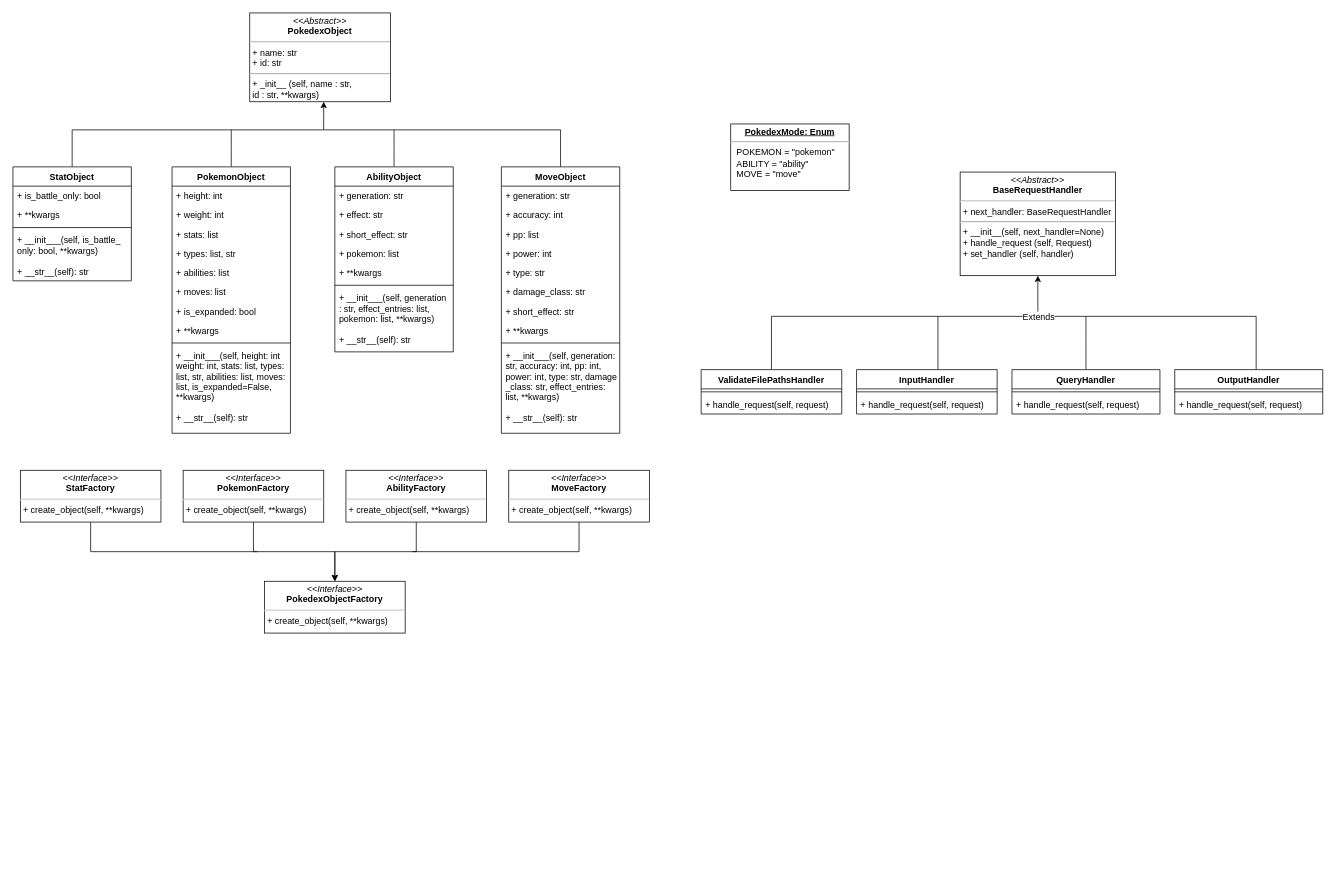
RudrakshSharma-code/Python-Pokedex keeps this draw.io diagram as Assignment3UML.drawio. Above is the earlier version. Source tidied: cells renumbered, new cells numbered last; positions are measured from the earlier drawing's top-left corner, leaving out a move shared by most shapes. Both pictures are drawn from the tidied source at 74%, with x=0, y=0 at pixel (13, 13).
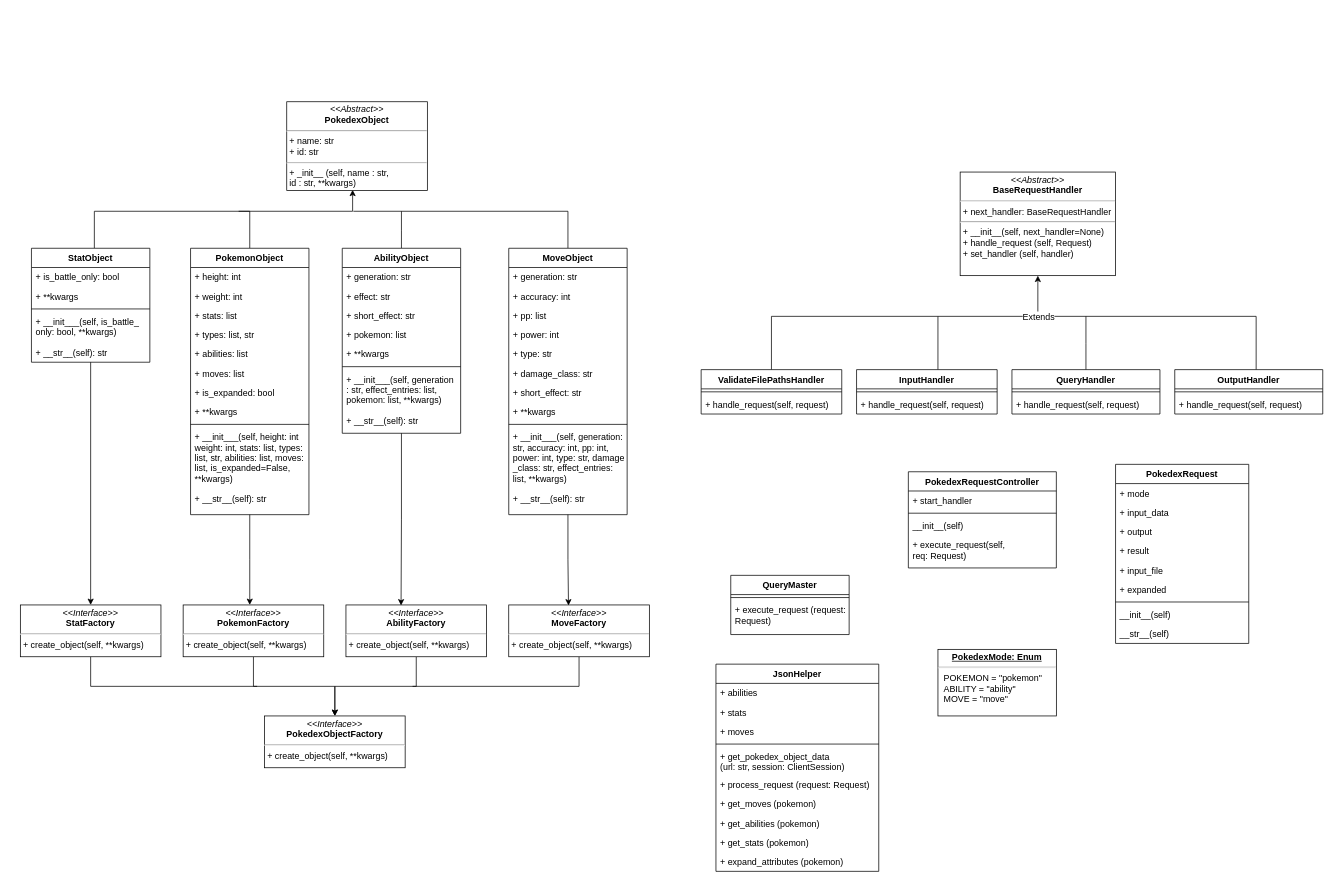
The same diagram, later.

Commit message:
str adjustments

What changed in the source:
```diff
@@
     <mxCell id="2" style="edgeStyle=orthogonalEdgeStyle;rounded=0;jettySize=auto;html=1;fontSize=12;" parent="1" edge="1" source="3" target="8">
       <mxGeometry relative="1" as="geometry">
         <Array as="points">
-          <mxPoint x="325" y="728" />
-          <mxPoint x="435" y="728" />
+          <mxPoint x="325" y="910" />
+          <mxPoint x="435" y="910" />
         </Array>
       </mxGeometry>
     </mxCell>
     <mxCell id="3" value="&lt;p style=&quot;margin: 4px 0px 0px; text-align: center; font-size: 12px;&quot;&gt;&lt;i style=&quot;font-size: 12px;&quot;&gt;&amp;lt;&amp;lt;Interface&amp;gt;&amp;gt;&lt;/i&gt;&lt;br style=&quot;font-size: 12px;&quot;&gt;&lt;b style=&quot;font-size: 12px;&quot;&gt;PokemonFactory&lt;/b&gt;&lt;/p&gt;&lt;hr style=&quot;font-size: 12px;&quot;&gt;&lt;p style=&quot;margin: 0px 0px 0px 4px; font-size: 12px;&quot;&gt;+ create_object(self, **kwargs)&lt;br style=&quot;font-size: 12px;&quot;&gt;&lt;/p&gt;" style="verticalAlign=top;align=left;overflow=fill;fontSize=12;fontFamily=Helvetica;html=1;" parent="1" vertex="1">
-      <mxGeometry x="230" y="618" width="190" height="70" as="geometry" />
+      <mxGeometry x="230" y="800" width="190" height="70" as="geometry" />
     </mxCell>
     <mxCell id="4" style="edgeStyle=orthogonalEdgeStyle;rounded=0;jettySize=auto;html=1;entryX=0.5;entryY=0;entryDx=0;entryDy=0;fontSize=12;" parent="1" edge="1" source="5" target="8">
       <mxGeometry relative="1" as="geometry">
         <Array as="points">
-          <mxPoint x="545" y="728" />
-          <mxPoint x="435" y="728" />
+          <mxPoint x="545" y="910" />
+          <mxPoint x="435" y="910" />
         </Array>
       </mxGeometry>
     </mxCell>
     <mxCell id="5" value="&lt;p style=&quot;margin: 4px 0px 0px; text-align: center; font-size: 12px;&quot;&gt;&lt;i style=&quot;font-size: 12px;&quot;&gt;&amp;lt;&amp;lt;Interface&amp;gt;&amp;gt;&lt;/i&gt;&lt;br style=&quot;font-size: 12px;&quot;&gt;&lt;b style=&quot;font-size: 12px;&quot;&gt;AbilityFactory&lt;/b&gt;&lt;/p&gt;&lt;hr style=&quot;font-size: 12px;&quot;&gt;&lt;p style=&quot;margin: 0px 0px 0px 4px; font-size: 12px;&quot;&gt;+ create_object(self, **kwargs)&lt;br style=&quot;font-size: 12px;&quot;&gt;&lt;/p&gt;" style="verticalAlign=top;align=left;overflow=fill;fontSize=12;fontFamily=Helvetica;html=1;" parent="1" vertex="1">
-      <mxGeometry x="450" y="618" width="190" height="70" as="geometry" />
+      <mxGeometry x="450" y="800" width="190" height="70" as="geometry" />
     </mxCell>
     <mxCell id="6" style="edgeStyle=orthogonalEdgeStyle;rounded=0;jettySize=auto;html=1;endArrow=none;endFill=0;fontSize=12;" parent="1" edge="1" source="7">
       <mxGeometry relative="1" as="geometry">
-        <mxPoint x="330" y="728" as="targetPoint" />
+        <mxPoint x="330" y="910" as="targetPoint" />
         <Array as="points">
-          <mxPoint x="105" y="728" />
+          <mxPoint x="105" y="910" />
         </Array>
       </mxGeometry>
     </mxCell>
     <mxCell id="7" value="&lt;p style=&quot;margin: 4px 0px 0px; text-align: center; font-size: 12px;&quot;&gt;&lt;i style=&quot;font-size: 12px;&quot;&gt;&amp;lt;&amp;lt;Interface&amp;gt;&amp;gt;&lt;/i&gt;&lt;br style=&quot;font-size: 12px;&quot;&gt;&lt;b style=&quot;font-size: 12px;&quot;&gt;StatFactory&lt;/b&gt;&lt;/p&gt;&lt;hr style=&quot;font-size: 12px;&quot;&gt;&lt;p style=&quot;margin: 0px 0px 0px 4px; font-size: 12px;&quot;&gt;&lt;/p&gt;&lt;p style=&quot;margin: 0px 0px 0px 4px; font-size: 12px;&quot;&gt;+ create_object(self, **kwargs)&lt;/p&gt;" style="verticalAlign=top;align=left;overflow=fill;fontSize=12;fontFamily=Helvetica;html=1;" parent="1" vertex="1">
-      <mxGeometry x="10" y="618" width="190" height="70" as="geometry" />
+      <mxGeometry x="10" y="800" width="190" height="70" as="geometry" />
     </mxCell>
     <mxCell id="8" value="&lt;p style=&quot;margin: 4px 0px 0px; text-align: center; font-size: 12px;&quot;&gt;&lt;i style=&quot;font-size: 12px;&quot;&gt;&amp;lt;&amp;lt;Interface&amp;gt;&amp;gt;&lt;/i&gt;&lt;br style=&quot;font-size: 12px;&quot;&gt;&lt;b style=&quot;font-size: 12px;&quot;&gt;PokedexObjectFactory&lt;/b&gt;&lt;/p&gt;&lt;hr style=&quot;font-size: 12px;&quot;&gt;&lt;p style=&quot;margin: 0px 0px 0px 4px; font-size: 12px;&quot;&gt;+ create_object(self, **kwargs)&lt;br style=&quot;font-size: 12px;&quot;&gt;&lt;/p&gt;" style="verticalAlign=top;align=left;overflow=fill;fontSize=12;fontFamily=Helvetica;html=1;" parent="1" vertex="1">
-      <mxGeometry x="340" y="768" width="190" height="70" as="geometry" />
+      <mxGeometry x="340" y="950" width="190" height="70" as="geometry" />
     </mxCell>
     <mxCell id="9" style="edgeStyle=orthogonalEdgeStyle;rounded=0;jettySize=auto;html=1;endArrow=none;endFill=0;fontSize=12;" parent="1" edge="1" source="10">
       <mxGeometry relative="1" as="geometry">
-        <mxPoint x="540" y="728" as="targetPoint" />
+        <mxPoint x="540" y="910" as="targetPoint" />
         <Array as="points">
-          <mxPoint x="765" y="728" />
+          <mxPoint x="765" y="910" />
         </Array>
       </mxGeometry>
     </mxCell>
     <mxCell id="10" value="&lt;p style=&quot;margin: 4px 0px 0px; text-align: center; font-size: 12px;&quot;&gt;&lt;i style=&quot;font-size: 12px;&quot;&gt;&amp;lt;&amp;lt;Interface&amp;gt;&amp;gt;&lt;/i&gt;&lt;br style=&quot;font-size: 12px;&quot;&gt;&lt;b style=&quot;font-size: 12px;&quot;&gt;MoveFactory&lt;/b&gt;&lt;/p&gt;&lt;hr style=&quot;font-size: 12px;&quot;&gt;&lt;p style=&quot;margin: 0px 0px 0px 4px; font-size: 12px;&quot;&gt;+ create_object(self, **kwargs)&lt;br style=&quot;font-size: 12px;&quot;&gt;&lt;/p&gt;" style="verticalAlign=top;align=left;overflow=fill;fontSize=12;fontFamily=Helvetica;html=1;" parent="1" vertex="1">
-      <mxGeometry x="670" y="618" width="190" height="70" as="geometry" />
+      <mxGeometry x="670" y="800" width="190" height="70" as="geometry" />
     </mxCell>
     <mxCell id="11" style="edgeStyle=orthogonalEdgeStyle;rounded=0;jettySize=auto;html=1;endArrow=none;endFill=0;fontSize=12;" parent="1" edge="1" source="12">
       <mxGeometry relative="1" as="geometry">
-        <mxPoint x="295" y="158" as="targetPoint" />
+        <mxPoint x="305" y="268" as="targetPoint" />
+        <Array as="points">
+          <mxPoint x="320" y="268" />
+        </Array>
       </mxGeometry>
     </mxCell>
+    <mxCell id="70" style="edgeStyle=orthogonalEdgeStyle;rounded=0;jettySize=auto;html=1;" parent="1" edge="1" source="12">
+      <mxGeometry relative="1" as="geometry">
+        <mxPoint x="320" y="800" as="targetPoint" />
+      </mxGeometry>
+    </mxCell>
     <mxCell id="12" value="PokemonObject" style="swimlane;fontStyle=1;align=center;verticalAlign=top;horizontal=1;startSize=26;fontSize=12;" parent="1" vertex="1">
-      <mxGeometry x="215" y="208" width="160" height="360" as="geometry" />
+      <mxGeometry x="240" y="318" width="160" height="360" as="geometry" />
     </mxCell>
@@
-    <mxCell id="23" style="edgeStyle=orthogonalEdgeStyle;rounded=0;jettySize=auto;html=1;endArrow=classic;endFill=1;fontSize=12;entryX=0.526;entryY=1;entryDx=0;entryDy=0;entryPerimeter=0;" parent="1" edge="1" source="24" target="50">
+    <mxCell id="23" style="edgeStyle=orthogonalEdgeStyle;rounded=0;jettySize=auto;html=1;endArrow=classic;endFill=1;fontSize=12;" parent="1" edge="1" source="24">
       <mxGeometry relative="1" as="geometry">
+        <mxPoint x="459" y="239" as="targetPoint" />
         <Array as="points">
-          <mxPoint x="80" y="158" />
-          <mxPoint x="420" y="158" />
+          <mxPoint x="110" y="268" />
+          <mxPoint x="459" y="268" />
         </Array>
       </mxGeometry>
     </mxCell>
+    <mxCell id="71" style="edgeStyle=orthogonalEdgeStyle;rounded=0;jettySize=auto;html=1;" parent="1" edge="1" source="24" target="7">
+      <mxGeometry relative="1" as="geometry" />
+    </mxCell>
     <mxCell id="24" value="StatObject" style="swimlane;fontStyle=1;align=center;verticalAlign=top;horizontal=1;startSize=26;fontSize=12;" parent="1" vertex="1">
-      <mxGeometry y="208" width="160" height="154" as="geometry" />
+      <mxGeometry x="25" y="318" width="160" height="154" as="geometry" />
     </mxCell>
@@
     <mxCell id="29" style="edgeStyle=orthogonalEdgeStyle;rounded=0;jettySize=auto;html=1;exitX=0.5;exitY=0;exitDx=0;exitDy=0;endArrow=none;endFill=0;fontSize=12;" parent="1" edge="1" source="30">
       <mxGeometry relative="1" as="geometry">
-        <mxPoint x="515" y="158" as="targetPoint" />
+        <mxPoint x="525" y="268" as="targetPoint" />
       </mxGeometry>
     </mxCell>
+    <mxCell id="72" style="edgeStyle=orthogonalEdgeStyle;rounded=0;jettySize=auto;html=1;entryX=0.392;entryY=0.01;entryDx=0;entryDy=0;entryPerimeter=0;" parent="1" edge="1" source="30" target="5">
+      <mxGeometry relative="1" as="geometry" />
+    </mxCell>
     <mxCell id="30" value="AbilityObject" style="swimlane;fontStyle=1;align=center;verticalAlign=top;horizontal=1;startSize=26;fontSize=12;" parent="1" vertex="1">
-      <mxGeometry x="435" y="208" width="160" height="250" as="geometry" />
+      <mxGeometry x="445" y="318" width="160" height="250" as="geometry" />
     </mxCell>
@@
     <mxCell id="38" style="edgeStyle=orthogonalEdgeStyle;rounded=0;jettySize=auto;html=1;endArrow=none;endFill=0;fontSize=12;" parent="1" edge="1" source="39">
       <mxGeometry relative="1" as="geometry">
-        <mxPoint x="420" y="158" as="targetPoint" />
+        <mxPoint x="460" y="268" as="targetPoint" />
         <Array as="points">
-          <mxPoint x="740" y="158" />
+          <mxPoint x="750" y="268" />
         </Array>
       </mxGeometry>
     </mxCell>
+    <mxCell id="73" style="edgeStyle=orthogonalEdgeStyle;rounded=0;jettySize=auto;html=1;entryX=0.425;entryY=0.01;entryDx=0;entryDy=0;entryPerimeter=0;" parent="1" edge="1" source="39" target="10">
+      <mxGeometry relative="1" as="geometry" />
+    </mxCell>
     <mxCell id="39" value="MoveObject" style="swimlane;fontStyle=1;align=center;verticalAlign=top;horizontal=1;startSize=26;fontSize=12;" parent="1" vertex="1">
-      <mxGeometry x="660" y="208" width="160" height="360" as="geometry" />
+      <mxGeometry x="670" y="318" width="160" height="360" as="geometry" />
     </mxCell>
@@
     <mxCell id="50" value="&lt;p style=&quot;margin: 4px 0px 0px; text-align: center; font-size: 12px;&quot;&gt;&lt;i style=&quot;font-size: 12px;&quot;&gt;&amp;lt;&amp;lt;Abstract&amp;gt;&amp;gt;&lt;/i&gt;&lt;br style=&quot;font-size: 12px;&quot;&gt;&lt;b style=&quot;font-size: 12px;&quot;&gt;PokedexObject&lt;/b&gt;&lt;/p&gt;&lt;hr style=&quot;font-size: 12px;&quot;&gt;&lt;p style=&quot;margin: 0px 0px 0px 4px; font-size: 12px;&quot;&gt;+ name: str&lt;/p&gt;&lt;p style=&quot;margin: 0px 0px 0px 4px; font-size: 12px;&quot;&gt;+ id: str&lt;/p&gt;&lt;hr style=&quot;font-size: 12px;&quot;&gt;&lt;p style=&quot;margin: 0px 0px 0px 4px; font-size: 12px;&quot;&gt;+ _init__ (self, name : str,&lt;br style=&quot;padding: 0px; margin: 0px; font-size: 12px;&quot;&gt;id : str, **kwargs)&lt;br style=&quot;font-size: 12px;&quot;&gt;&lt;/p&gt;" style="verticalAlign=top;align=left;overflow=fill;fontSize=12;fontFamily=Helvetica;html=1;" parent="1" vertex="1">
-      <mxGeometry x="320" width="190" height="120" as="geometry" />
+      <mxGeometry x="370" y="120" width="190" height="120" as="geometry" />
     </mxCell>
     <mxCell id="51" value="&lt;p style=&quot;margin: 4px 0px 0px; text-align: center; text-decoration: underline; font-size: 12px;&quot;&gt;&lt;b style=&quot;font-size: 12px;&quot;&gt;PokedexMode: Enum&lt;/b&gt;&lt;/p&gt;&lt;hr style=&quot;font-size: 12px;&quot;&gt;&lt;p style=&quot;margin: 0px 0px 0px 8px; font-size: 12px;&quot;&gt;POKEMON = &quot;pokemon&quot;&lt;br style=&quot;font-size: 12px;&quot;&gt;ABILITY = &quot;ability&quot;&lt;br style=&quot;font-size: 12px;&quot;&gt;MOVE = &quot;move&quot;&lt;/p&gt;" style="verticalAlign=top;align=left;overflow=fill;fontSize=12;fontFamily=Helvetica;html=1;" parent="1" vertex="1">
-      <mxGeometry x="970" y="150" width="160" height="90" as="geometry" />
+      <mxGeometry x="1250" y="860" width="160" height="90" as="geometry" />
     </mxCell>
@@
+    <mxCell id="74" value="PokedexRequestController" style="swimlane;fontStyle=1;align=center;verticalAlign=top;horizontal=1;startSize=26;" parent="1" vertex="1">
+      <mxGeometry x="1210" y="620" width="200" height="130" as="geometry" />
+    </mxCell>
+    <mxCell id="75" value="+ start_handler" style="text;strokeColor=none;fillColor=none;align=left;verticalAlign=top;spacingLeft=4;spacingRight=4;overflow=hidden;" parent="74" vertex="1">
+      <mxGeometry y="26" width="200" height="26" as="geometry" />
+    </mxCell>
+    <mxCell id="76" style="line;strokeWidth=1;fillColor=none;align=left;verticalAlign=middle;spacingTop=-1;spacingLeft=3;spacingRight=3;labelPosition=right;" parent="74" vertex="1">
+      <mxGeometry y="52" width="200" height="8" as="geometry" />
+    </mxCell>
+    <mxCell id="77" value="__init__(self)" style="text;strokeColor=none;fillColor=none;align=left;verticalAlign=top;spacingLeft=4;spacingRight=4;overflow=hidden;" parent="74" vertex="1">
+      <mxGeometry y="60" width="200" height="26" as="geometry" />
+    </mxCell>
+    <mxCell id="78" value="+ execute_request(self, &#10;req: Request)" style="text;strokeColor=none;fillColor=none;align=left;verticalAlign=top;spacingLeft=4;spacingRight=4;overflow=hidden;" parent="74" vertex="1">
+      <mxGeometry y="86" width="200" height="44" as="geometry" />
+    </mxCell>
+    <mxCell id="79" value="PokedexRequest" style="swimlane;fontStyle=1;align=center;verticalAlign=top;horizontal=1;startSize=26;" parent="1" vertex="1">
+      <mxGeometry x="1490" y="610" width="180" height="242" as="geometry" />
+    </mxCell>
+    <mxCell id="80" value="+ mode" style="text;strokeColor=none;fillColor=none;align=left;verticalAlign=top;spacingLeft=4;spacingRight=4;overflow=hidden;" parent="79" vertex="1">
+      <mxGeometry y="26" width="180" height="26" as="geometry" />
+    </mxCell>
+    <mxCell id="81" value="+ input_data" style="text;strokeColor=none;fillColor=none;align=left;verticalAlign=top;spacingLeft=4;spacingRight=4;overflow=hidden;" parent="79" vertex="1">
+      <mxGeometry y="52" width="180" height="26" as="geometry" />
+    </mxCell>
+    <mxCell id="82" value="+ output" style="text;strokeColor=none;fillColor=none;align=left;verticalAlign=top;spacingLeft=4;spacingRight=4;overflow=hidden;" parent="79" vertex="1">
+      <mxGeometry y="78" width="180" height="26" as="geometry" />
+    </mxCell>
+    <mxCell id="83" value="+ result" style="text;strokeColor=none;fillColor=none;align=left;verticalAlign=top;spacingLeft=4;spacingRight=4;overflow=hidden;" parent="79" vertex="1">
+      <mxGeometry y="104" width="180" height="26" as="geometry" />
+    </mxCell>
+    <mxCell id="84" value="+ input_file" style="text;strokeColor=none;fillColor=none;align=left;verticalAlign=top;spacingLeft=4;spacingRight=4;overflow=hidden;" parent="79" vertex="1">
+      <mxGeometry y="130" width="180" height="26" as="geometry" />
+    </mxCell>
+    <mxCell id="85" value="+ expanded" style="text;strokeColor=none;fillColor=none;align=left;verticalAlign=top;spacingLeft=4;spacingRight=4;overflow=hidden;" parent="79" vertex="1">
+      <mxGeometry y="156" width="180" height="26" as="geometry" />
+    </mxCell>
+    <mxCell id="86" style="line;strokeWidth=1;fillColor=none;align=left;verticalAlign=middle;spacingTop=-1;spacingLeft=3;spacingRight=3;labelPosition=right;" parent="79" vertex="1">
+      <mxGeometry y="182" width="180" height="8" as="geometry" />
+    </mxCell>
+    <mxCell id="87" value="__init__(self)" style="text;strokeColor=none;fillColor=none;align=left;verticalAlign=top;spacingLeft=4;spacingRight=4;overflow=hidden;" parent="79" vertex="1">
+      <mxGeometry y="190" width="180" height="26" as="geometry" />
+    </mxCell>
+    <mxCell id="88" value="__str__(self)" style="text;strokeColor=none;fillColor=none;align=left;verticalAlign=top;spacingLeft=4;spacingRight=4;overflow=hidden;" parent="79" vertex="1">
+      <mxGeometry y="216" width="180" height="26" as="geometry" />
+    </mxCell>
+    <mxCell id="89" value="JsonHelper" style="swimlane;fontStyle=1;align=center;verticalAlign=top;horizontal=1;startSize=26;" parent="1" vertex="1">
+      <mxGeometry x="950" y="880" width="220" height="280" as="geometry" />
+    </mxCell>
+    <mxCell id="90" value="+ abilities" style="text;strokeColor=none;fillColor=none;align=left;verticalAlign=top;spacingLeft=4;spacingRight=4;overflow=hidden;" parent="89" vertex="1">
+      <mxGeometry y="26" width="220" height="26" as="geometry" />
+    </mxCell>
+    <mxCell id="91" value="+ stats" style="text;strokeColor=none;fillColor=none;align=left;verticalAlign=top;spacingLeft=4;spacingRight=4;overflow=hidden;" parent="89" vertex="1">
+      <mxGeometry y="52" width="220" height="26" as="geometry" />
+    </mxCell>
+    <mxCell id="92" value="+ moves" style="text;strokeColor=none;fillColor=none;align=left;verticalAlign=top;spacingLeft=4;spacingRight=4;overflow=hidden;" parent="89" vertex="1">
+      <mxGeometry y="78" width="220" height="26" as="geometry" />
+    </mxCell>
+    <mxCell id="93" style="line;strokeWidth=1;fillColor=none;align=left;verticalAlign=middle;spacingTop=-1;spacingLeft=3;spacingRight=3;labelPosition=right;" parent="89" vertex="1">
+      <mxGeometry y="104" width="220" height="8" as="geometry" />
+    </mxCell>
+    <mxCell id="94" value="+ get_pokedex_object_data&#10;(url: str, session: ClientSession)" style="text;strokeColor=none;fillColor=none;align=left;verticalAlign=top;spacingLeft=4;spacingRight=4;overflow=hidden;" parent="89" vertex="1">
+      <mxGeometry y="112" width="220" height="38" as="geometry" />
+    </mxCell>
+    <mxCell id="95" value="+ process_request (request: Request)" style="text;strokeColor=none;fillColor=none;align=left;verticalAlign=top;spacingLeft=4;spacingRight=4;overflow=hidden;" parent="89" vertex="1">
+      <mxGeometry y="150" width="220" height="26" as="geometry" />
+    </mxCell>
+    <mxCell id="96" value="+ get_moves (pokemon)" style="text;strokeColor=none;fillColor=none;align=left;verticalAlign=top;spacingLeft=4;spacingRight=4;overflow=hidden;" parent="89" vertex="1">
+      <mxGeometry y="176" width="220" height="26" as="geometry" />
+    </mxCell>
+    <mxCell id="97" value="+ get_abilities (pokemon)" style="text;strokeColor=none;fillColor=none;align=left;verticalAlign=top;spacingLeft=4;spacingRight=4;overflow=hidden;" parent="89" vertex="1">
+      <mxGeometry y="202" width="220" height="26" as="geometry" />
+    </mxCell>
+    <mxCell id="98" value="+ get_stats (pokemon)" style="text;strokeColor=none;fillColor=none;align=left;verticalAlign=top;spacingLeft=4;spacingRight=4;overflow=hidden;" parent="89" vertex="1">
+      <mxGeometry y="228" width="220" height="26" as="geometry" />
+    </mxCell>
+    <mxCell id="99" value="+ expand_attributes (pokemon)" style="text;strokeColor=none;fillColor=none;align=left;verticalAlign=top;spacingLeft=4;spacingRight=4;overflow=hidden;" parent="89" vertex="1">
+      <mxGeometry y="254" width="220" height="26" as="geometry" />
+    </mxCell>
+    <mxCell id="100" value="QueryMaster" style="swimlane;fontStyle=1;align=center;verticalAlign=top;horizontal=1;startSize=26;" parent="1" vertex="1">
+      <mxGeometry x="970" y="760" width="160" height="80" as="geometry" />
+    </mxCell>
+    <mxCell id="101" style="line;strokeWidth=1;fillColor=none;align=left;verticalAlign=middle;spacingTop=-1;spacingLeft=3;spacingRight=3;labelPosition=right;" parent="100" vertex="1">
+      <mxGeometry y="26" width="160" height="8" as="geometry" />
+    </mxCell>
+    <mxCell id="102" value="+ execute_request (request:&#10;Request)" style="text;strokeColor=none;fillColor=none;align=left;verticalAlign=top;spacingLeft=4;spacingRight=4;overflow=hidden;" parent="100" vertex="1">
+      <mxGeometry y="34" width="160" height="46" as="geometry" />
+    </mxCell>
```
